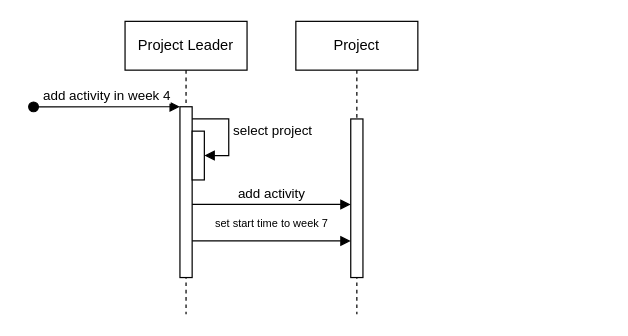
Buildasaurus/02161-Projekt keeps this draw.io diagram as add activity week 4.drawio. Above is the earlier version. Source tidied: cells renumbered, new cells numbered last; positions are measured from the earlier drawing's top-left corner, leaving out a move shared by most shapes. Both pictures are drawn from the tidied source at 122%, with x=0, y=0 at pixel (33, 21).
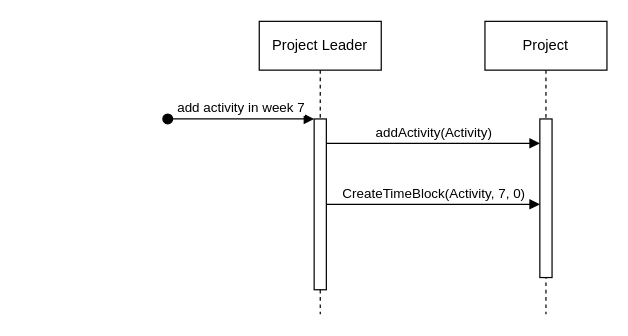
After the change.

Commit message (it also covers changes not shown here):
sequence diagram update

What changed in the source:
```diff
@@
 <mxGraphModel>
   <root>
     <mxCell id="0" />
     <mxCell id="1" parent="0" />
     <mxCell id="2" value="Project Leader" style="shape=umlLifeline;perimeter=lifelinePerimeter;whiteSpace=wrap;html=1;newEdgeStyle={&quot;edgeStyle&quot;:&quot;elbowEdgeStyle&quot;,&quot;elbow&quot;:&quot;vertical&quot;,&quot;curved&quot;:0,&quot;rounded&quot;:0};" parent="1" vertex="1">
-      <mxGeometry x="75" width="100" height="240" as="geometry" />
+      <mxGeometry x="185" width="100" height="240" as="geometry" />
     </mxCell>
     <mxCell id="3" style="html=1;points=[];perimeter=orthogonalPerimeter;outlineConnect=0;targetShapes=umlLifeline;portConstraint=eastwest;newEdgeStyle={&quot;edgeStyle&quot;:&quot;elbowEdgeStyle&quot;,&quot;elbow&quot;:&quot;vertical&quot;,&quot;curved&quot;:0,&quot;rounded&quot;:0};" parent="2" vertex="1">
-      <mxGeometry x="45" y="70" width="10" height="140" as="geometry" />
+      <mxGeometry x="45" y="80" width="10" height="140" as="geometry" />
     </mxCell>
-    <mxCell id="4" value="add activity in week 4" style="html=1;verticalAlign=bottom;startArrow=oval;endArrow=block;startSize=8;edgeStyle=elbowEdgeStyle;elbow=vertical;curved=0;rounded=0;" parent="2" edge="1">
+    <mxCell id="4" value="add activity in week 7" style="html=1;verticalAlign=bottom;startArrow=oval;endArrow=block;startSize=8;edgeStyle=elbowEdgeStyle;elbow=vertical;curved=0;rounded=0;" parent="2" edge="1">
       <mxGeometry relative="1" as="geometry">
-        <mxPoint x="-75" y="70.1" as="sourcePoint" />
-        <mxPoint x="45" y="70.1" as="targetPoint" />
+        <mxPoint x="-75" y="80" as="sourcePoint" />
+        <mxPoint x="45" y="80" as="targetPoint" />
       </mxGeometry>
     </mxCell>
-    <mxCell id="5" style="html=1;points=[[0,0,0,0,5],[0,1,0,0,-5],[1,0,0,0,5],[1,1,0,0,-5]];perimeter=orthogonalPerimeter;outlineConnect=0;targetShapes=umlLifeline;portConstraint=eastwest;newEdgeStyle={&quot;curved&quot;:0,&quot;rounded&quot;:0};" parent="2" vertex="1">
-      <mxGeometry x="55" y="90" width="10" height="40" as="geometry" />
-    </mxCell>
-    <mxCell id="6" value="select project" style="html=1;align=left;spacingLeft=2;endArrow=block;rounded=0;edgeStyle=orthogonalEdgeStyle;curved=0;rounded=0;" parent="2" edge="1" target="5">
-      <mxGeometry relative="1" as="geometry">
-        <mxPoint x="55" y="80" as="sourcePoint" />
-        <Array as="points">
-          <mxPoint x="85" y="110" />
-        </Array>
-      </mxGeometry>
-    </mxCell>
     <mxCell id="7" value="Project" style="shape=umlLifeline;perimeter=lifelinePerimeter;whiteSpace=wrap;html=1;newEdgeStyle={&quot;edgeStyle&quot;:&quot;elbowEdgeStyle&quot;,&quot;elbow&quot;:&quot;vertical&quot;,&quot;curved&quot;:0,&quot;rounded&quot;:0};" parent="1" vertex="1">
-      <mxGeometry x="215" width="100" height="240" as="geometry" />
+      <mxGeometry x="370" width="100" height="240" as="geometry" />
     </mxCell>
     <mxCell id="8" style="html=1;points=[];perimeter=orthogonalPerimeter;outlineConnect=0;targetShapes=umlLifeline;portConstraint=eastwest;newEdgeStyle={&quot;edgeStyle&quot;:&quot;elbowEdgeStyle&quot;,&quot;elbow&quot;:&quot;vertical&quot;,&quot;curved&quot;:0,&quot;rounded&quot;:0};" parent="7" vertex="1">
       <mxGeometry x="45" y="80" width="10" height="130" as="geometry" />
     </mxCell>
-    <mxCell id="9" value="add activity" style="html=1;verticalAlign=bottom;endArrow=block;curved=0;rounded=0;" parent="1" edge="1" source="3">
-      <mxGeometry relative="1" as="geometry">
-        <mxPoint x="260" y="150.1" as="targetPoint" />
-      </mxGeometry>
-    </mxCell>
-    <mxCell id="10" style="html=1;verticalAlign=bottom;endArrow=block;curved=0;rounded=0;" parent="1" edge="1">
-      <mxGeometry relative="1" as="geometry">
-        <mxPoint x="130" y="180" as="sourcePoint" />
-        <mxPoint x="260" y="180" as="targetPoint" />
-      </mxGeometry>
-    </mxCell>
-    <mxCell id="11" value="&lt;font style=&quot;font-size: 9px;&quot;&gt;set start time to week 7&lt;/font&gt;" style="text;html=1;align=center;verticalAlign=middle;strokeColor=none;fillColor=none;" parent="1" vertex="1">
-      <mxGeometry x="135" y="150" width="120" height="30" as="geometry" />
-    </mxCell>
+    <mxCell id="12" value="addActivity(Activity)" style="html=1;verticalAlign=bottom;endArrow=block;curved=0;rounded=0;" parent="1" edge="1" target="8">
+      <mxGeometry relative="1" as="geometry">
+        <mxPoint x="240" y="100" as="sourcePoint" />
+      </mxGeometry>
+    </mxCell>
+    <mxCell id="13" value="CreateTimeBlock(Activity, 7, 0)" style="html=1;verticalAlign=bottom;endArrow=block;curved=0;rounded=0;" parent="1" edge="1" source="3" target="8">
+      <mxGeometry relative="1" as="geometry" />
+    </mxCell>
   </root>
 </mxGraphModel>
```
